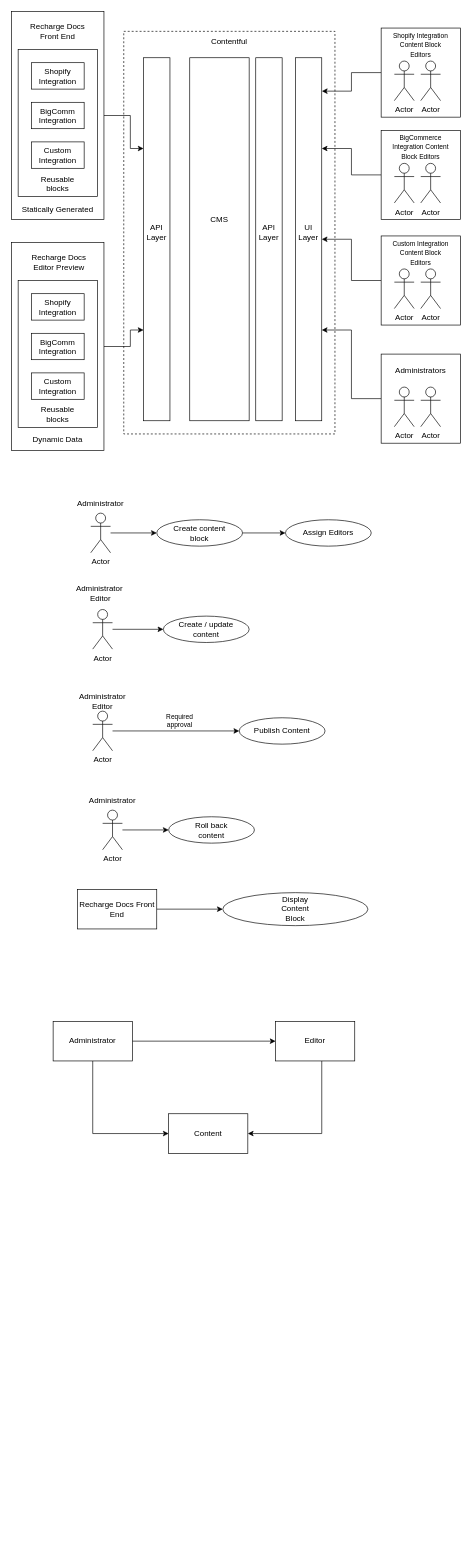
Before: RechargeDocumentation/Recharge documentation overview.drawio in alexrsunrise/diagrams, a draw.io diagram. Source tidied: cells renumbered, new cells numbered last; positions are measured from the earlier drawing's top-left corner, leaving out a move shared by most shapes. Both pictures are drawn from the tidied source at 66%, with x=0, y=0 at pixel (11, 11).
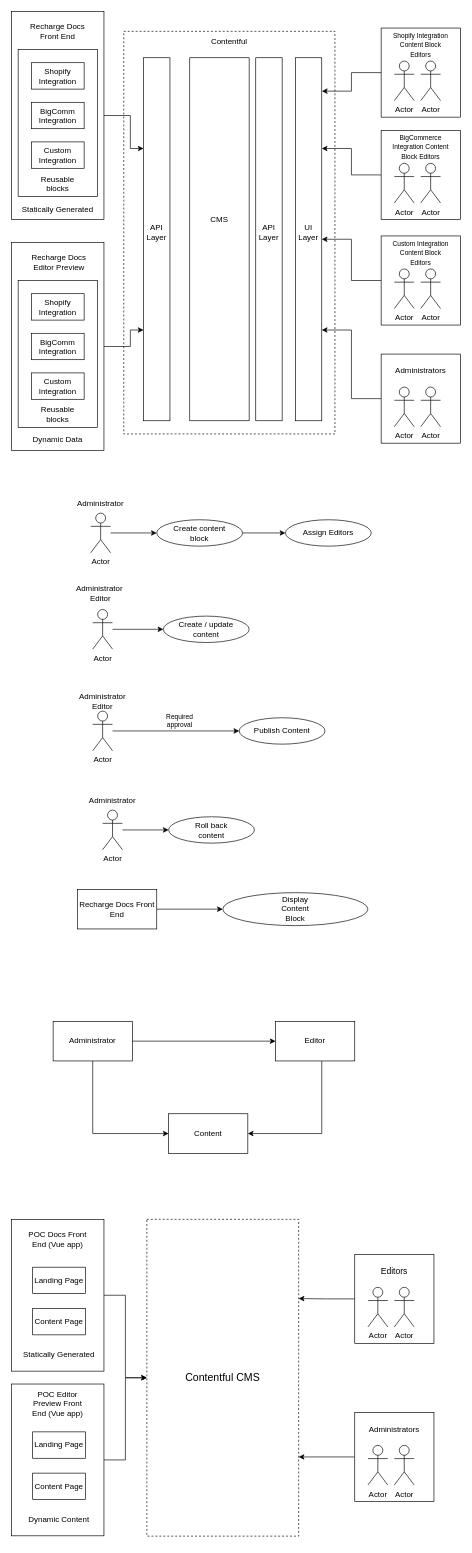
Above is the later version.

The edit, as a diff of the source:
```diff
@@
+    <mxCell id="90" value="&lt;font style=&quot;font-size: 16px&quot;&gt;Contentful CMS&lt;/font&gt;" style="rounded=0;whiteSpace=wrap;html=1;dashed=1;" parent="1" vertex="1">
+      <mxGeometry x="205" y="1830" width="230" height="480" as="geometry" />
+    </mxCell>
+    <mxCell id="91" style="edgeStyle=orthogonalEdgeStyle;rounded=0;jettySize=auto;html=1;entryX=1;entryY=0.25;entryDx=0;entryDy=0;fontSize=16;" parent="1" edge="1" source="92" target="90">
+      <mxGeometry relative="1" as="geometry" />
+    </mxCell>
+    <mxCell id="92" style="rounded=0;whiteSpace=wrap;html=1;" parent="1" vertex="1">
+      <mxGeometry x="520" y="1883" width="120" height="135" as="geometry" />
+    </mxCell>
+    <mxCell id="93" value="&lt;font style=&quot;font-size: 13px&quot;&gt;Editors&lt;/font&gt;" style="text;html=1;strokeColor=none;fillColor=none;align=center;verticalAlign=middle;whiteSpace=wrap;rounded=0;" parent="1" vertex="1">
+      <mxGeometry x="535" y="1893" width="90" height="30" as="geometry" />
+    </mxCell>
+    <mxCell id="94" value="Actor" style="shape=umlActor;verticalLabelPosition=bottom;verticalAlign=top;html=1;" parent="1" vertex="1">
+      <mxGeometry x="540" y="1933" width="30" height="60" as="geometry" />
+    </mxCell>
+    <mxCell id="95" value="Actor" style="shape=umlActor;verticalLabelPosition=bottom;verticalAlign=top;html=1;" parent="1" vertex="1">
+      <mxGeometry x="580" y="1933" width="30" height="60" as="geometry" />
+    </mxCell>
+    <mxCell id="96" style="edgeStyle=orthogonalEdgeStyle;rounded=0;jettySize=auto;html=1;entryX=0;entryY=0.5;entryDx=0;entryDy=0;fontSize=16;" parent="1" edge="1" source="97" target="90">
+      <mxGeometry relative="1" as="geometry" />
+    </mxCell>
+    <mxCell id="97" style="rounded=0;whiteSpace=wrap;html=1;" parent="1" vertex="1">
+      <mxGeometry y="1830" width="140" height="230" as="geometry" />
+    </mxCell>
+    <mxCell id="98" value="POC Docs Front End (Vue app)" style="text;html=1;strokeColor=none;fillColor=none;align=center;verticalAlign=middle;whiteSpace=wrap;rounded=0;" parent="1" vertex="1">
+      <mxGeometry x="20" y="1845" width="100" height="30" as="geometry" />
+    </mxCell>
+    <mxCell id="99" style="edgeStyle=orthogonalEdgeStyle;rounded=0;jettySize=auto;html=1;entryX=1;entryY=0.75;entryDx=0;entryDy=0;fontSize=16;" parent="1" edge="1" source="100" target="90">
+      <mxGeometry relative="1" as="geometry" />
+    </mxCell>
+    <mxCell id="100" style="rounded=0;whiteSpace=wrap;html=1;" parent="1" vertex="1">
+      <mxGeometry x="520" y="2122.5" width="120" height="135" as="geometry" />
+    </mxCell>
+    <mxCell id="101" value="Administrators" style="text;html=1;strokeColor=none;fillColor=none;align=center;verticalAlign=middle;whiteSpace=wrap;rounded=0;" parent="1" vertex="1">
+      <mxGeometry x="535" y="2132.5" width="90" height="30" as="geometry" />
+    </mxCell>
+    <mxCell id="102" value="Actor" style="shape=umlActor;verticalLabelPosition=bottom;verticalAlign=top;html=1;" parent="1" vertex="1">
+      <mxGeometry x="540" y="2172.5" width="30" height="60" as="geometry" />
+    </mxCell>
+    <mxCell id="103" value="Actor" style="shape=umlActor;verticalLabelPosition=bottom;verticalAlign=top;html=1;" parent="1" vertex="1">
+      <mxGeometry x="580" y="2172.5" width="30" height="60" as="geometry" />
+    </mxCell>
+    <mxCell id="104" value="Landing Page" style="rounded=0;whiteSpace=wrap;html=1;" parent="1" vertex="1">
+      <mxGeometry x="32" y="1902.5" width="80" height="40" as="geometry" />
+    </mxCell>
+    <mxCell id="105" value="Statically Generated" style="text;html=1;strokeColor=none;fillColor=none;align=center;verticalAlign=middle;whiteSpace=wrap;rounded=0;" parent="1" vertex="1">
+      <mxGeometry x="7" y="2020" width="130" height="30" as="geometry" />
+    </mxCell>
+    <mxCell id="106" style="edgeStyle=orthogonalEdgeStyle;rounded=0;orthogonalLoop=1;jettySize=auto;html=1;exitX=0.5;exitY=1;exitDx=0;exitDy=0;" parent="1" edge="1" source="97" target="97">
+      <mxGeometry relative="1" as="geometry" />
+    </mxCell>
+    <mxCell id="107" value="Content Page" style="rounded=0;whiteSpace=wrap;html=1;" parent="1" vertex="1">
+      <mxGeometry x="32" y="1965" width="80" height="40" as="geometry" />
+    </mxCell>
+    <mxCell id="108" style="edgeStyle=orthogonalEdgeStyle;rounded=0;jettySize=auto;html=1;fontSize=16;" parent="1" edge="1" source="109" target="90">
+      <mxGeometry relative="1" as="geometry" />
+    </mxCell>
+    <mxCell id="109" style="rounded=0;whiteSpace=wrap;html=1;" parent="1" vertex="1">
+      <mxGeometry y="2079.5" width="140" height="230" as="geometry" />
+    </mxCell>
+    <mxCell id="110" value="POC Editor Preview Front End (Vue app)" style="text;html=1;strokeColor=none;fillColor=none;align=center;verticalAlign=middle;whiteSpace=wrap;rounded=0;" parent="1" vertex="1">
+      <mxGeometry x="20" y="2094.5" width="100" height="30" as="geometry" />
+    </mxCell>
+    <mxCell id="111" value="Landing Page" style="rounded=0;whiteSpace=wrap;html=1;" parent="1" vertex="1">
+      <mxGeometry x="32" y="2152" width="80" height="40" as="geometry" />
+    </mxCell>
+    <mxCell id="112" value="Dynamic Content" style="text;html=1;strokeColor=none;fillColor=none;align=center;verticalAlign=middle;whiteSpace=wrap;rounded=0;" parent="1" vertex="1">
+      <mxGeometry x="7" y="2269.5" width="130" height="30" as="geometry" />
+    </mxCell>
+    <mxCell id="113" style="edgeStyle=orthogonalEdgeStyle;rounded=0;orthogonalLoop=1;jettySize=auto;html=1;exitX=0.5;exitY=1;exitDx=0;exitDy=0;" parent="1" edge="1" source="109" target="109">
+      <mxGeometry relative="1" as="geometry" />
+    </mxCell>
+    <mxCell id="114" value="Content Page" style="rounded=0;whiteSpace=wrap;html=1;" parent="1" vertex="1">
+      <mxGeometry x="32" y="2214.5" width="80" height="40" as="geometry" />
+    </mxCell>
```
